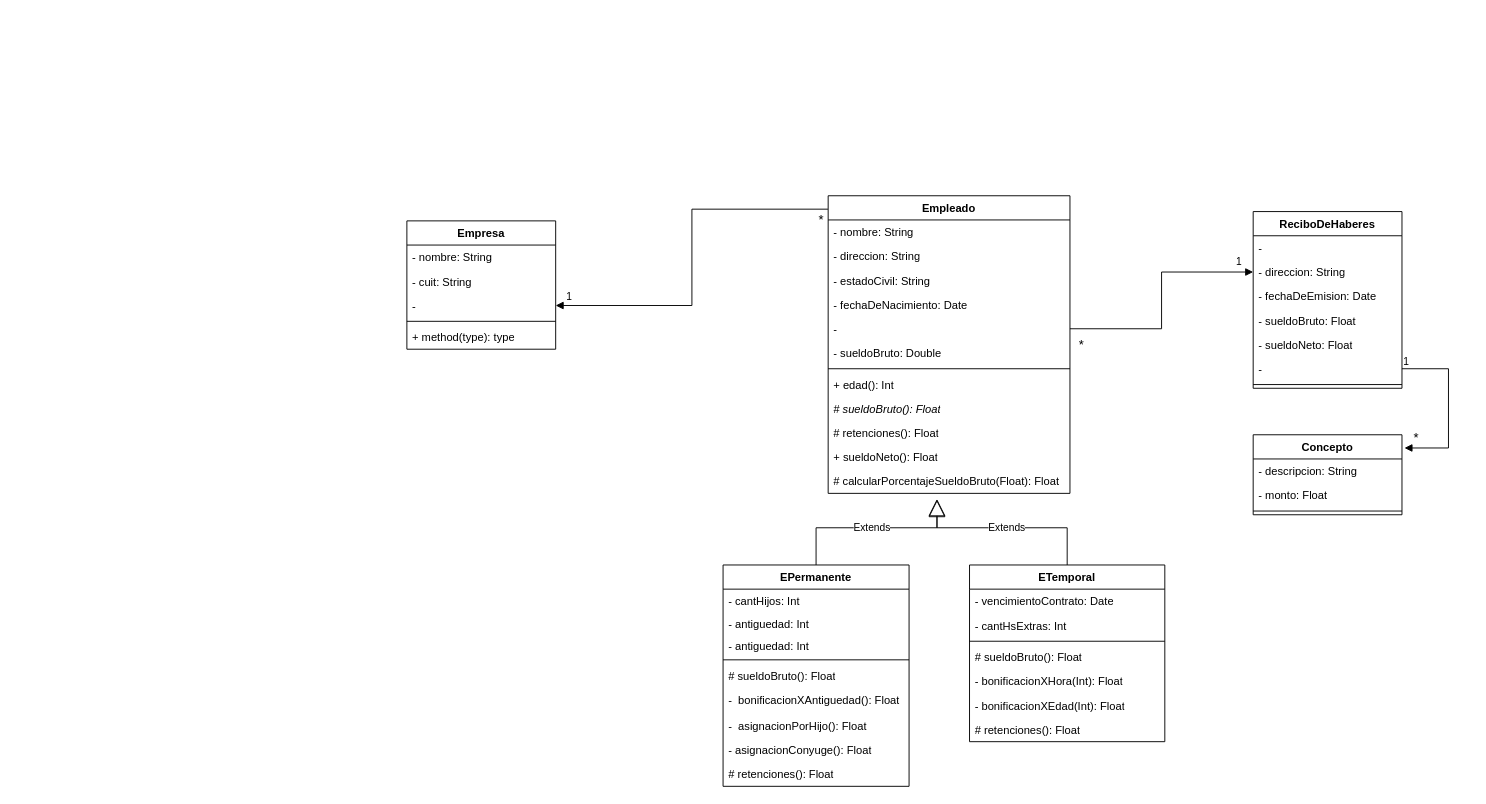
The draw.io diagram tp-02.drawio in tomasmendoza-unq/objetos2, before the edit. Source tidied: cells renumbered, new cells numbered last; positions are measured from the earlier drawing's top-left corner, leaving out a move shared by most shapes. Both pictures are drawn from the tidied source at 93%, with x=0, y=0 at pixel (286, 155).
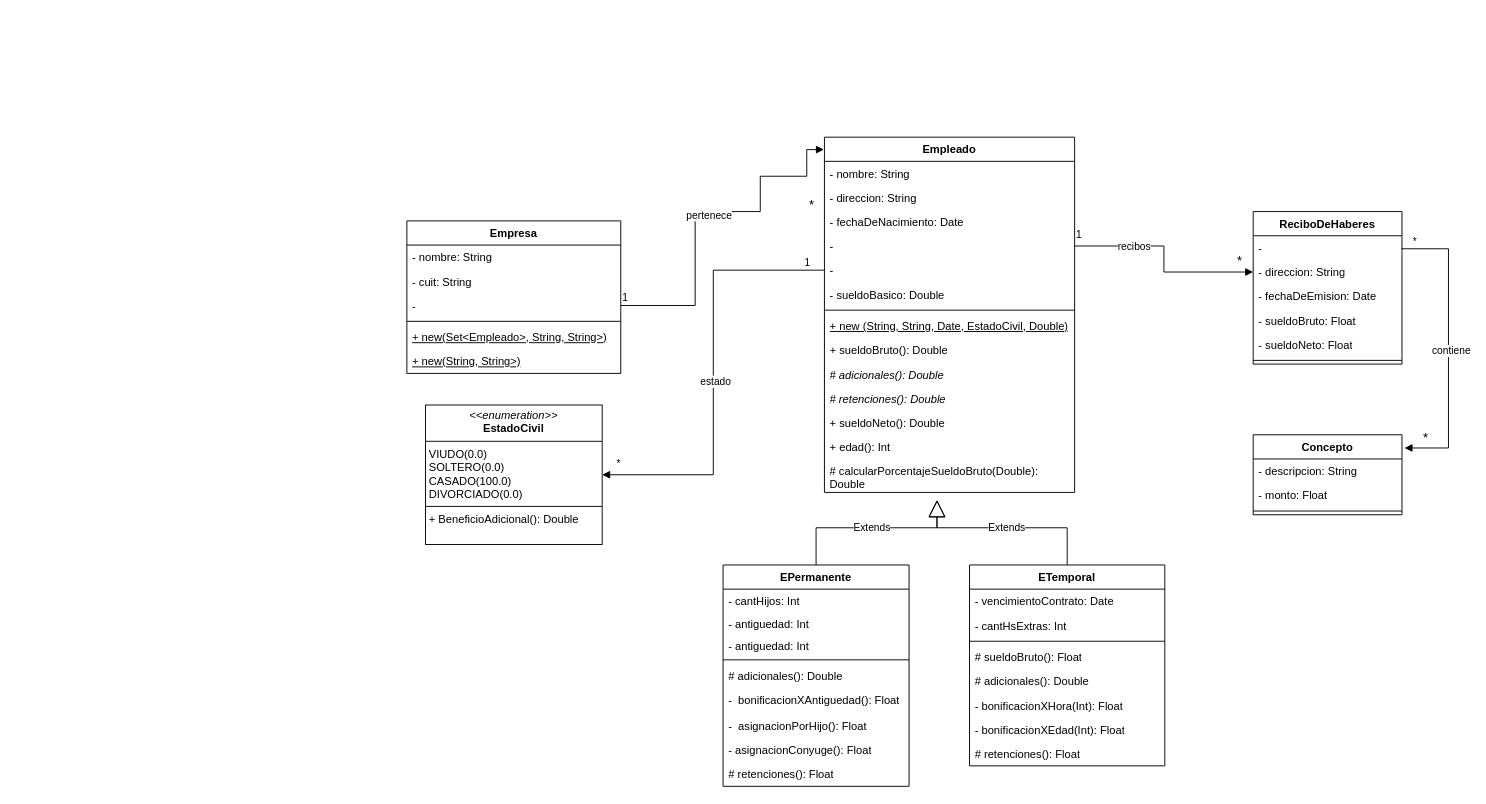
The same page after the edit.

The change refers to these unchanged cells:
```xml
<mxCell id="23" value="EPermanente" style="swimlane;fontStyle=1;align=center;verticalAlign=top;horizontal=1;startSize=26;whiteSpace=wrap;html=1;" parent="1" vertex="1">
  <mxGeometry x="470" y="440" width="200" height="238" as="geometry" />
</mxCell>
<mxCell id="45" value="-" style="text;strokeColor=none;fillColor=none;align=left;verticalAlign=top;spacingLeft=4;spacingRight=4;overflow=hidden;points=[[0,0.5],[1,0.5]];portConstraint=eastwest;whiteSpace=wrap;html=1;" parent="44" vertex="1">
  <mxGeometry y="26" width="160" height="26" as="geometry" />
</mxCell>
<mxCell id="52" style="endArrow=block;endFill=1;html=1;edgeStyle=orthogonalEdgeStyle;align=left;verticalAlign=top;rounded=0;exitX=1;exitY=0.5;exitDx=0;exitDy=0;entryX=0;entryY=0.5;entryDx=0;entryDy=0;" parent="1" edge="1" source="7" target="46">
  <mxGeometry x="-1" relative="1" as="geometry" />
</mxCell>
<mxCell id="55" value="Concepto" style="swimlane;fontStyle=1;align=center;verticalAlign=top;horizontal=1;startSize=26;whiteSpace=wrap;html=1;" parent="1" vertex="1">
  <mxGeometry x="1040" y="300" width="160" height="86" as="geometry" />
</mxCell>
```

Change to the diagram source:
```diff
@@
     <mxCell id="2" value="Empleado" style="swimlane;fontStyle=1;align=center;verticalAlign=top;horizontal=1;startSize=26;whiteSpace=wrap;html=1;" parent="1" vertex="1">
-      <mxGeometry x="583" y="43" width="260" height="320" as="geometry" />
+      <mxGeometry x="579" y="-20" width="269" height="382" as="geometry" />
     </mxCell>
     <mxCell id="3" value="- nombre: String" style="text;strokeColor=none;fillColor=none;align=left;verticalAlign=top;spacingLeft=4;spacingRight=4;overflow=hidden;whiteSpace=wrap;html=1;" parent="2" vertex="1">
-      <mxGeometry y="26" width="260" height="26" as="geometry" />
+      <mxGeometry y="26" width="269" height="26" as="geometry" />
     </mxCell>
     <mxCell id="4" value="- direccion: String" style="text;strokeColor=none;fillColor=none;align=left;verticalAlign=top;spacingLeft=4;spacingRight=4;overflow=hidden;whiteSpace=wrap;html=1;" parent="2" vertex="1">
-      <mxGeometry y="52" width="260" height="26" as="geometry" />
+      <mxGeometry y="52" width="269" height="26" as="geometry" />
     </mxCell>
-    <mxCell id="5" value="- estadoCivil: String" style="text;strokeColor=none;fillColor=none;align=left;verticalAlign=top;spacingLeft=4;spacingRight=4;overflow=hidden;whiteSpace=wrap;html=1;" parent="2" vertex="1">
-      <mxGeometry y="78" width="260" height="26" as="geometry" />
-    </mxCell>
     <mxCell id="6" value="- fechaDeNacimiento: Date" style="text;strokeColor=none;fillColor=none;align=left;verticalAlign=top;spacingLeft=4;spacingRight=4;overflow=hidden;whiteSpace=wrap;html=1;" parent="2" vertex="1">
-      <mxGeometry y="104" width="260" height="26" as="geometry" />
+      <mxGeometry y="78" width="269" height="26" as="geometry" />
     </mxCell>
     <mxCell id="7" value="-" style="text;strokeColor=none;fillColor=none;align=left;verticalAlign=top;spacingLeft=4;spacingRight=4;overflow=hidden;points=[[0,0.5],[1,0.5]];portConstraint=eastwest;whiteSpace=wrap;html=1;" parent="2" vertex="1">
-      <mxGeometry y="130" width="260" height="26" as="geometry" />
+      <mxGeometry y="104" width="269" height="26" as="geometry" />
     </mxCell>
+    <mxCell id="62" value="-&amp;nbsp;" style="text;strokeColor=none;fillColor=none;align=left;verticalAlign=top;spacingLeft=4;spacingRight=4;overflow=hidden;points=[[0,0.5],[1,0.5]];portConstraint=eastwest;whiteSpace=wrap;html=1;" parent="2" vertex="1">
+      <mxGeometry y="130" width="269" height="26" as="geometry" />
+    </mxCell>
-    <mxCell id="8" value="- sueldoBruto: Double" style="text;strokeColor=none;fillColor=none;align=left;verticalAlign=top;spacingLeft=4;spacingRight=4;overflow=hidden;whiteSpace=wrap;html=1;" parent="2" vertex="1">
-      <mxGeometry y="156" width="260" height="26" as="geometry" />
+    <mxCell id="8" value="- sueldoBasico: Double" style="text;strokeColor=none;fillColor=none;align=left;verticalAlign=top;spacingLeft=4;spacingRight=4;overflow=hidden;whiteSpace=wrap;html=1;" parent="2" vertex="1">
+      <mxGeometry y="156" width="269" height="26" as="geometry" />
     </mxCell>
     <mxCell id="9" style="line;strokeWidth=1;fillColor=none;align=left;verticalAlign=middle;spacingTop=-1;spacingLeft=3;spacingRight=3;labelPosition=right;strokeColor=inherit;" parent="2" vertex="1">
-      <mxGeometry y="182" width="260" height="8" as="geometry" />
+      <mxGeometry y="182" width="269" height="8" as="geometry" />
     </mxCell>
-    <mxCell id="10" value="+ edad(): Int" style="text;strokeColor=none;fillColor=none;align=left;verticalAlign=top;spacingLeft=4;spacingRight=4;overflow=hidden;whiteSpace=wrap;html=1;" parent="2" vertex="1">
-      <mxGeometry y="190" width="260" height="26" as="geometry" />
+    <mxCell id="10" value="&lt;u&gt;+ new (String, String, Date, EstadoCivil, Double)&lt;/u&gt;" style="text;strokeColor=none;fillColor=none;align=left;verticalAlign=top;spacingLeft=4;spacingRight=4;overflow=hidden;whiteSpace=wrap;html=1;" parent="2" vertex="1">
+      <mxGeometry y="190" width="269" height="26" as="geometry" />
     </mxCell>
+    <mxCell id="63" value="&lt;i&gt;+ &lt;/i&gt;sueldoBruto(): Double" style="text;strokeColor=none;fillColor=none;align=left;verticalAlign=top;spacingLeft=4;spacingRight=4;overflow=hidden;whiteSpace=wrap;html=1;" parent="2" vertex="1">
+      <mxGeometry y="216" width="269" height="26" as="geometry" />
+    </mxCell>
-    <mxCell id="11" value="&lt;i&gt;# sueldoBruto(): Float&lt;/i&gt;" style="text;strokeColor=none;fillColor=none;align=left;verticalAlign=top;spacingLeft=4;spacingRight=4;overflow=hidden;whiteSpace=wrap;html=1;" parent="2" vertex="1">
-      <mxGeometry y="216" width="260" height="26" as="geometry" />
+    <mxCell id="11" value="&lt;i&gt;# adicionales(): Double&lt;/i&gt;" style="text;strokeColor=none;fillColor=none;align=left;verticalAlign=top;spacingLeft=4;spacingRight=4;overflow=hidden;whiteSpace=wrap;html=1;" parent="2" vertex="1">
+      <mxGeometry y="242" width="269" height="26" as="geometry" />
     </mxCell>
-    <mxCell id="12" value="# retenciones(): Float" style="text;strokeColor=none;fillColor=none;align=left;verticalAlign=top;spacingLeft=4;spacingRight=4;overflow=hidden;whiteSpace=wrap;html=1;" parent="2" vertex="1">
-      <mxGeometry y="242" width="260" height="26" as="geometry" />
+    <mxCell id="12" value="&lt;i&gt;# retenciones(): Double&lt;/i&gt;" style="text;strokeColor=none;fillColor=none;align=left;verticalAlign=top;spacingLeft=4;spacingRight=4;overflow=hidden;whiteSpace=wrap;html=1;" parent="2" vertex="1">
+      <mxGeometry y="268" width="269" height="26" as="geometry" />
     </mxCell>
+    <mxCell id="64" value="+ sueldoNeto(): Double" style="text;strokeColor=none;fillColor=none;align=left;verticalAlign=top;spacingLeft=4;spacingRight=4;overflow=hidden;whiteSpace=wrap;html=1;" parent="2" vertex="1">
+      <mxGeometry y="294" width="269" height="26" as="geometry" />
+    </mxCell>
-    <mxCell id="13" value="+ sueldoNeto(): Float" style="text;strokeColor=none;fillColor=none;align=left;verticalAlign=top;spacingLeft=4;spacingRight=4;overflow=hidden;whiteSpace=wrap;html=1;" parent="2" vertex="1">
-      <mxGeometry y="268" width="260" height="26" as="geometry" />
+    <mxCell id="13" value="+ edad(): Int" style="text;strokeColor=none;fillColor=none;align=left;verticalAlign=top;spacingLeft=4;spacingRight=4;overflow=hidden;whiteSpace=wrap;html=1;" parent="2" vertex="1">
+      <mxGeometry y="320" width="269" height="26" as="geometry" />
     </mxCell>
-    <mxCell id="14" value="# calcularPorcentajeSueldoBruto(Float): Float" style="text;strokeColor=none;fillColor=none;align=left;verticalAlign=top;spacingLeft=4;spacingRight=4;overflow=hidden;points=[[0,0.5],[1,0.5]];portConstraint=eastwest;whiteSpace=wrap;html=1;" parent="2" vertex="1">
-      <mxGeometry y="294" width="260" height="26" as="geometry" />
+    <mxCell id="14" value="# calcularPorcentajeSueldoBruto(Double): Double" style="text;strokeColor=none;fillColor=none;align=left;verticalAlign=top;spacingLeft=4;spacingRight=4;overflow=hidden;points=[[0,0.5],[1,0.5]];portConstraint=eastwest;whiteSpace=wrap;html=1;" parent="2" vertex="1">
+      <mxGeometry y="346" width="269" height="36" as="geometry" />
     </mxCell>
     <mxCell id="15" value="ETemporal" style="swimlane;fontStyle=1;align=center;verticalAlign=top;horizontal=1;startSize=26;whiteSpace=wrap;html=1;" parent="1" vertex="1">
-      <mxGeometry x="735" y="440" width="210" height="190" as="geometry" />
+      <mxGeometry x="735" y="440" width="210" height="216" as="geometry" />
     </mxCell>
@@
-    <mxCell id="20" value="- bonificacionXHora(Int): Float" style="text;strokeColor=none;fillColor=none;align=left;verticalAlign=top;spacingLeft=4;spacingRight=4;overflow=hidden;whiteSpace=wrap;html=1;" parent="15" vertex="1">
+    <mxCell id="20" value="# adicionales(): Double" style="text;strokeColor=none;fillColor=none;align=left;verticalAlign=top;spacingLeft=4;spacingRight=4;overflow=hidden;whiteSpace=wrap;html=1;" parent="15" vertex="1">
       <mxGeometry y="112" width="210" height="26" as="geometry" />
     </mxCell>
+    <mxCell id="65" value="- bonificacionXHora(Int): Float" style="text;strokeColor=none;fillColor=none;align=left;verticalAlign=top;spacingLeft=4;spacingRight=4;overflow=hidden;whiteSpace=wrap;html=1;" parent="15" vertex="1">
+      <mxGeometry y="138" width="210" height="26" as="geometry" />
+    </mxCell>
     <mxCell id="21" value="- bonificacionXEdad(Int): Float" style="text;strokeColor=none;fillColor=none;align=left;verticalAlign=top;spacingLeft=4;spacingRight=4;overflow=hidden;whiteSpace=wrap;html=1;" parent="15" vertex="1">
-      <mxGeometry y="138" width="210" height="26" as="geometry" />
+      <mxGeometry y="164" width="210" height="26" as="geometry" />
     </mxCell>
     <mxCell id="22" value="# retenciones(): Float" style="text;strokeColor=none;fillColor=none;align=left;verticalAlign=top;spacingLeft=4;spacingRight=4;overflow=hidden;whiteSpace=wrap;html=1;" parent="15" vertex="1">
-      <mxGeometry y="164" width="210" height="26" as="geometry" />
+      <mxGeometry y="190" width="210" height="26" as="geometry" />
     </mxCell>
@@
-    <mxCell id="28" value="# sueldoBruto(): Float" style="text;strokeColor=none;fillColor=none;align=left;verticalAlign=top;spacingLeft=4;spacingRight=4;overflow=hidden;whiteSpace=wrap;html=1;" parent="23" vertex="1">
+    <mxCell id="28" value="# adicionales(): Double" style="text;strokeColor=none;fillColor=none;align=left;verticalAlign=top;spacingLeft=4;spacingRight=4;overflow=hidden;whiteSpace=wrap;html=1;" parent="23" vertex="1">
       <mxGeometry y="106" width="200" height="26" as="geometry" />
     </mxCell>
@@
     <mxCell id="35" value="Empresa" style="swimlane;fontStyle=1;align=center;verticalAlign=top;horizontal=1;startSize=26;whiteSpace=wrap;html=1;" parent="1" vertex="1">
-      <mxGeometry x="130" y="70" width="160" height="138" as="geometry" />
+      <mxGeometry x="130" y="70" width="230" height="164" as="geometry" />
     </mxCell>
     <mxCell id="36" value="- nombre: String" style="text;strokeColor=none;fillColor=none;align=left;verticalAlign=top;spacingLeft=4;spacingRight=4;overflow=hidden;whiteSpace=wrap;html=1;" parent="35" vertex="1">
-      <mxGeometry y="26" width="160" height="26" as="geometry" />
+      <mxGeometry y="26" width="230" height="26" as="geometry" />
     </mxCell>
+    <mxCell id="66" value="- cuit: String" style="text;strokeColor=none;fillColor=none;align=left;verticalAlign=top;spacingLeft=4;spacingRight=4;overflow=hidden;whiteSpace=wrap;html=1;" parent="35" vertex="1">
+      <mxGeometry y="52" width="230" height="26" as="geometry" />
+    </mxCell>
-    <mxCell id="37" value="- cuit: String" style="text;strokeColor=none;fillColor=none;align=left;verticalAlign=top;spacingLeft=4;spacingRight=4;overflow=hidden;points=[[0,0.5],[1,0.5]];portConstraint=eastwest;whiteSpace=wrap;html=1;" parent="35" vertex="1">
-      <mxGeometry y="52" width="160" height="26" as="geometry" />
+    <mxCell id="37" value="-" style="text;strokeColor=none;fillColor=none;align=left;verticalAlign=top;spacingLeft=4;spacingRight=4;overflow=hidden;points=[[0,0.5],[1,0.5]];portConstraint=eastwest;whiteSpace=wrap;html=1;" parent="35" vertex="1">
+      <mxGeometry y="78" width="230" height="26" as="geometry" />
     </mxCell>
-    <mxCell id="38" value="-&amp;nbsp;" style="text;strokeColor=none;fillColor=none;align=left;verticalAlign=top;spacingLeft=4;spacingRight=4;overflow=hidden;points=[[0,0.5],[1,0.5]];portConstraint=eastwest;whiteSpace=wrap;html=1;" parent="35" vertex="1">
-      <mxGeometry y="78" width="160" height="26" as="geometry" />
-    </mxCell>
     <mxCell id="39" style="line;strokeWidth=1;fillColor=none;align=left;verticalAlign=middle;spacingTop=-1;spacingLeft=3;spacingRight=3;labelPosition=right;strokeColor=inherit;" parent="35" vertex="1">
-      <mxGeometry y="104" width="160" height="8" as="geometry" />
+      <mxGeometry y="104" width="230" height="8" as="geometry" />
     </mxCell>
+    <mxCell id="67" value="&lt;u&gt;+ new(Set&amp;lt;Empleado&amp;gt;, String, String&amp;gt;)&lt;/u&gt;" style="text;strokeColor=none;fillColor=none;align=left;verticalAlign=top;spacingLeft=4;spacingRight=4;overflow=hidden;whiteSpace=wrap;html=1;" parent="35" vertex="1">
+      <mxGeometry y="112" width="230" height="26" as="geometry" />
+    </mxCell>
-    <mxCell id="40" value="+ method(type): type" style="text;strokeColor=none;fillColor=none;align=left;verticalAlign=top;spacingLeft=4;spacingRight=4;overflow=hidden;whiteSpace=wrap;html=1;" parent="35" vertex="1">
-      <mxGeometry y="112" width="160" height="26" as="geometry" />
+    <mxCell id="40" value="&lt;u&gt;+ new(String, String&amp;gt;)&lt;/u&gt;" style="text;strokeColor=none;fillColor=none;align=left;verticalAlign=top;spacingLeft=4;spacingRight=4;overflow=hidden;whiteSpace=wrap;html=1;" parent="35" vertex="1">
+      <mxGeometry y="138" width="230" height="26" as="geometry" />
     </mxCell>
-    <mxCell id="41" style="endArrow=block;endFill=1;html=1;edgeStyle=orthogonalEdgeStyle;align=left;verticalAlign=top;rounded=0;exitX=-0.001;exitY=0.045;exitDx=0;exitDy=0;entryX=1;entryY=0.5;entryDx=0;entryDy=0;exitPerimeter=0;" parent="1" edge="1" source="2" target="38">
-      <mxGeometry x="-1" relative="1" as="geometry" />
-    </mxCell>
-    <mxCell id="42" value="1" style="edgeLabel;html=1;align=left;verticalAlign=bottom;" parent="41" vertex="1">
-      <mxGeometry x="-1" relative="1" as="geometry">
-        <mxPoint x="-283" y="103" as="offset" />
-      </mxGeometry>
-    </mxCell>
-    <mxCell id="43" value="&lt;font style=&quot;font-size: 14px;&quot;&gt;*&lt;/font&gt;" style="edgeLabel;html=1;align=left;verticalAlign=bottom;" parent="1" vertex="1">
-      <mxGeometry x="319" y="90" as="geometry">
-        <mxPoint x="252" y="-11" as="offset" />
-      </mxGeometry>
-    </mxCell>
     <mxCell id="44" value="ReciboDeHaberes" style="swimlane;fontStyle=1;align=center;verticalAlign=top;horizontal=1;startSize=26;whiteSpace=wrap;html=1;" parent="1" vertex="1">
-      <mxGeometry x="1040" y="60" width="160" height="190" as="geometry" />
+      <mxGeometry x="1040" y="60" width="160" height="164" as="geometry" />
     </mxCell>
@@
-    <mxCell id="50" value="-&amp;nbsp;" style="text;strokeColor=none;fillColor=none;align=left;verticalAlign=top;spacingLeft=4;spacingRight=4;overflow=hidden;points=[[0,0.5],[1,0.5]];portConstraint=eastwest;whiteSpace=wrap;html=1;" parent="44" vertex="1">
-      <mxGeometry y="156" width="160" height="26" as="geometry" />
-    </mxCell>
     <mxCell id="51" style="line;strokeWidth=1;fillColor=none;align=left;verticalAlign=middle;spacingTop=-1;spacingLeft=3;spacingRight=3;labelPosition=right;strokeColor=inherit;" parent="44" vertex="1">
-      <mxGeometry y="182" width="160" height="8" as="geometry" />
+      <mxGeometry y="156" width="160" height="8" as="geometry" />
     </mxCell>
@@
     <mxCell id="53" value="1" style="edgeLabel;html=1;align=left;verticalAlign=bottom;" parent="52" vertex="1">
       <mxGeometry x="-1" relative="1" as="geometry">
-        <mxPoint x="177" y="-64" as="offset" />
+        <mxPoint y="-4" as="offset" />
       </mxGeometry>
     </mxCell>
+    <mxCell id="68" value="recibos" style="edgeLabel;html=1;align=center;verticalAlign=middle;" parent="52" vertex="1">
+      <mxGeometry x="-0.43" relative="1" as="geometry" />
+    </mxCell>
     <mxCell id="54" value="&lt;font style=&quot;font-size: 14px;&quot;&gt;*&lt;/font&gt;" style="edgeLabel;html=1;align=left;verticalAlign=bottom;" parent="1" vertex="1">
-      <mxGeometry as="geometry">
+      <mxGeometry x="170" y="-90" as="geometry">
         <mxPoint x="851" y="213" as="offset" />
       </mxGeometry>
     </mxCell>
@@
-    <mxCell id="59" style="endArrow=block;endFill=1;html=1;edgeStyle=orthogonalEdgeStyle;align=left;verticalAlign=top;rounded=0;exitX=1;exitY=0.5;exitDx=0;exitDy=0;entryX=1.017;entryY=0.165;entryDx=0;entryDy=0;entryPerimeter=0;" parent="1" edge="1" source="50" target="55">
+    <mxCell id="59" style="endArrow=block;endFill=1;html=1;edgeStyle=orthogonalEdgeStyle;align=left;verticalAlign=top;rounded=0;entryX=1.017;entryY=0.165;entryDx=0;entryDy=0;entryPerimeter=0;exitX=1;exitY=0.5;exitDx=0;exitDy=0;" parent="1" edge="1" source="45" target="55">
       <mxGeometry x="-1" relative="1" as="geometry">
         <Array as="points">
-          <mxPoint x="1250" y="229" />
+          <mxPoint x="1200" y="100" />
+          <mxPoint x="1250" y="100" />
           <mxPoint x="1250" y="314" />
         </Array>
       </mxGeometry>
     </mxCell>
-    <mxCell id="60" value="1" style="edgeLabel;html=1;align=left;verticalAlign=bottom;" parent="59" vertex="1">
-      <mxGeometry x="-1" relative="1" as="geometry" />
+    <mxCell id="60" value="*" style="edgeLabel;html=1;align=left;verticalAlign=bottom;" parent="59" vertex="1">
+      <mxGeometry x="-1" relative="1" as="geometry">
+        <mxPoint x="10" y="1" as="offset" />
+      </mxGeometry>
     </mxCell>
+    <mxCell id="69" value="contiene" style="edgeLabel;html=1;align=center;verticalAlign=middle;" parent="59" vertex="1">
+      <mxGeometry x="0.03" y="2" relative="1" as="geometry">
+        <mxPoint y="-1" as="offset" />
+      </mxGeometry>
+    </mxCell>
     <mxCell id="61" value="&lt;font style=&quot;font-size: 14px;&quot;&gt;*&lt;/font&gt;" style="edgeLabel;html=1;align=left;verticalAlign=bottom;" parent="1" vertex="1">
-      <mxGeometry x="360" y="100" as="geometry">
+      <mxGeometry x="370" y="100" as="geometry">
         <mxPoint x="851" y="213" as="offset" />
       </mxGeometry>
     </mxCell>
+    <mxCell id="70" style="endArrow=block;endFill=1;html=1;edgeStyle=orthogonalEdgeStyle;align=left;verticalAlign=top;rounded=0;exitX=1;exitY=0.5;exitDx=0;exitDy=0;entryX=-0.002;entryY=0.035;entryDx=0;entryDy=0;entryPerimeter=0;" parent="1" edge="1" source="37" target="2">
+      <mxGeometry x="-1" relative="1" as="geometry">
+        <Array as="points">
+          <mxPoint x="440" y="161" />
+          <mxPoint x="440" y="60" />
+          <mxPoint x="510" y="60" />
+          <mxPoint x="510" y="22" />
+          <mxPoint x="560" y="22" />
+          <mxPoint x="560" y="-7" />
+        </Array>
+      </mxGeometry>
+    </mxCell>
+    <mxCell id="71" value="1" style="edgeLabel;html=1;align=left;verticalAlign=bottom;" parent="70" vertex="1">
+      <mxGeometry x="-1" relative="1" as="geometry" />
+    </mxCell>
+    <mxCell id="72" value="pertenece" style="edgeLabel;html=1;align=center;verticalAlign=middle;" parent="70" vertex="1">
+      <mxGeometry x="0.01" y="-3" relative="1" as="geometry" />
+    </mxCell>
+    <mxCell id="43" value="&lt;font style=&quot;font-size: 14px;&quot;&gt;*&lt;/font&gt;" style="edgeLabel;html=1;align=left;verticalAlign=bottom;" parent="1" vertex="1">
+      <mxGeometry x="-290" y="-150" as="geometry">
+        <mxPoint x="851" y="213" as="offset" />
+      </mxGeometry>
+    </mxCell>
+    <mxCell id="73" value="&lt;p style=&quot;margin:0px;margin-top:4px;text-align:center;&quot;&gt;&lt;i&gt;&amp;lt;&amp;lt;enumeration&amp;gt;&amp;gt;&lt;/i&gt;&lt;br&gt;&lt;b&gt;EstadoCivil&lt;/b&gt;&lt;/p&gt;&lt;hr size=&quot;1&quot; style=&quot;border-style:solid;&quot;&gt;&lt;p style=&quot;margin:0px;margin-left:4px;&quot;&gt;VIUDO(0.0)&lt;br&gt;SOLTERO(0.0)&lt;/p&gt;&lt;p style=&quot;margin:0px;margin-left:4px;&quot;&gt;CASADO(100.0)&lt;/p&gt;&lt;p style=&quot;margin:0px;margin-left:4px;&quot;&gt;DIVORCIADO(0.0)&lt;/p&gt;&lt;hr size=&quot;1&quot; style=&quot;border-style:solid;&quot;&gt;&lt;p style=&quot;margin:0px;margin-left:4px;&quot;&gt;+ BeneficioAdicional(): Double&lt;br&gt;&lt;/p&gt;" style="verticalAlign=top;align=left;overflow=fill;html=1;whiteSpace=wrap;" parent="1" vertex="1">
+      <mxGeometry x="150" y="268" width="190" height="150" as="geometry" />
+    </mxCell>
+    <mxCell id="74" style="endArrow=block;endFill=1;html=1;edgeStyle=orthogonalEdgeStyle;align=left;verticalAlign=top;rounded=0;exitX=0;exitY=0.5;exitDx=0;exitDy=0;entryX=1;entryY=0.5;entryDx=0;entryDy=0;" parent="1" edge="1" source="62" target="73">
+      <mxGeometry x="-1" relative="1" as="geometry" />
+    </mxCell>
+    <mxCell id="75" value="1" style="edgeLabel;html=1;align=left;verticalAlign=bottom;" parent="74" vertex="1">
+      <mxGeometry x="-1" relative="1" as="geometry">
+        <mxPoint x="-23" as="offset" />
+      </mxGeometry>
+    </mxCell>
+    <mxCell id="76" value="estado" style="edgeLabel;html=1;align=center;verticalAlign=middle;" parent="74" vertex="1">
+      <mxGeometry x="0.04" y="2" relative="1" as="geometry" />
+    </mxCell>
+    <mxCell id="77" value="*" style="edgeLabel;html=1;align=left;verticalAlign=bottom;" parent="1" vertex="1">
+      <mxGeometry x="570" y="200" as="geometry">
+        <mxPoint x="-216" y="139" as="offset" />
+      </mxGeometry>
+    </mxCell>
```
